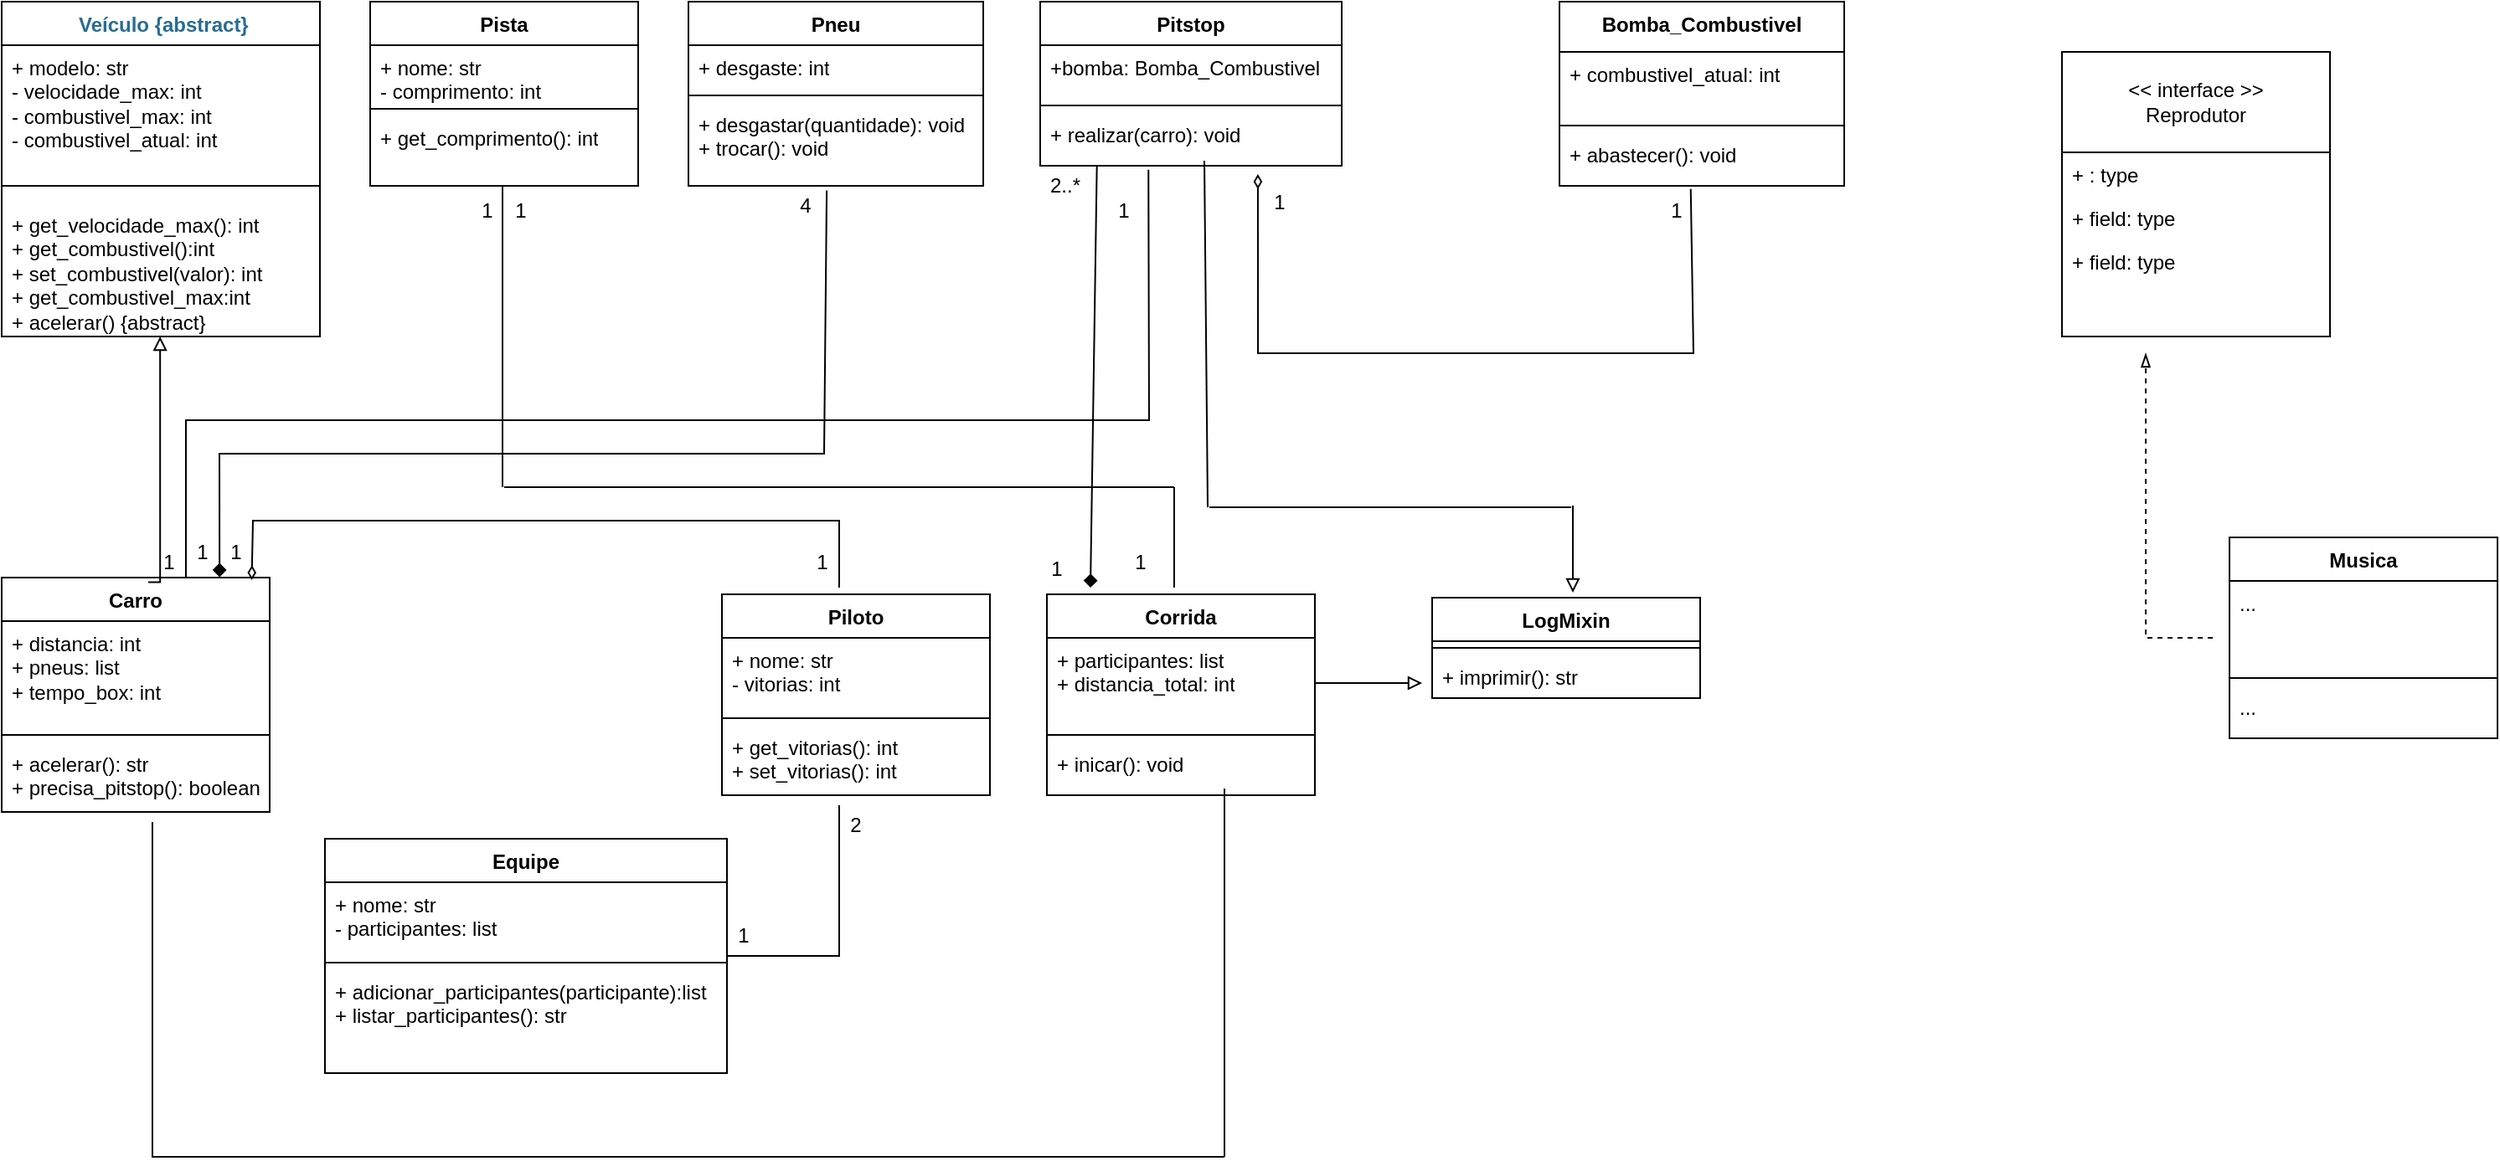
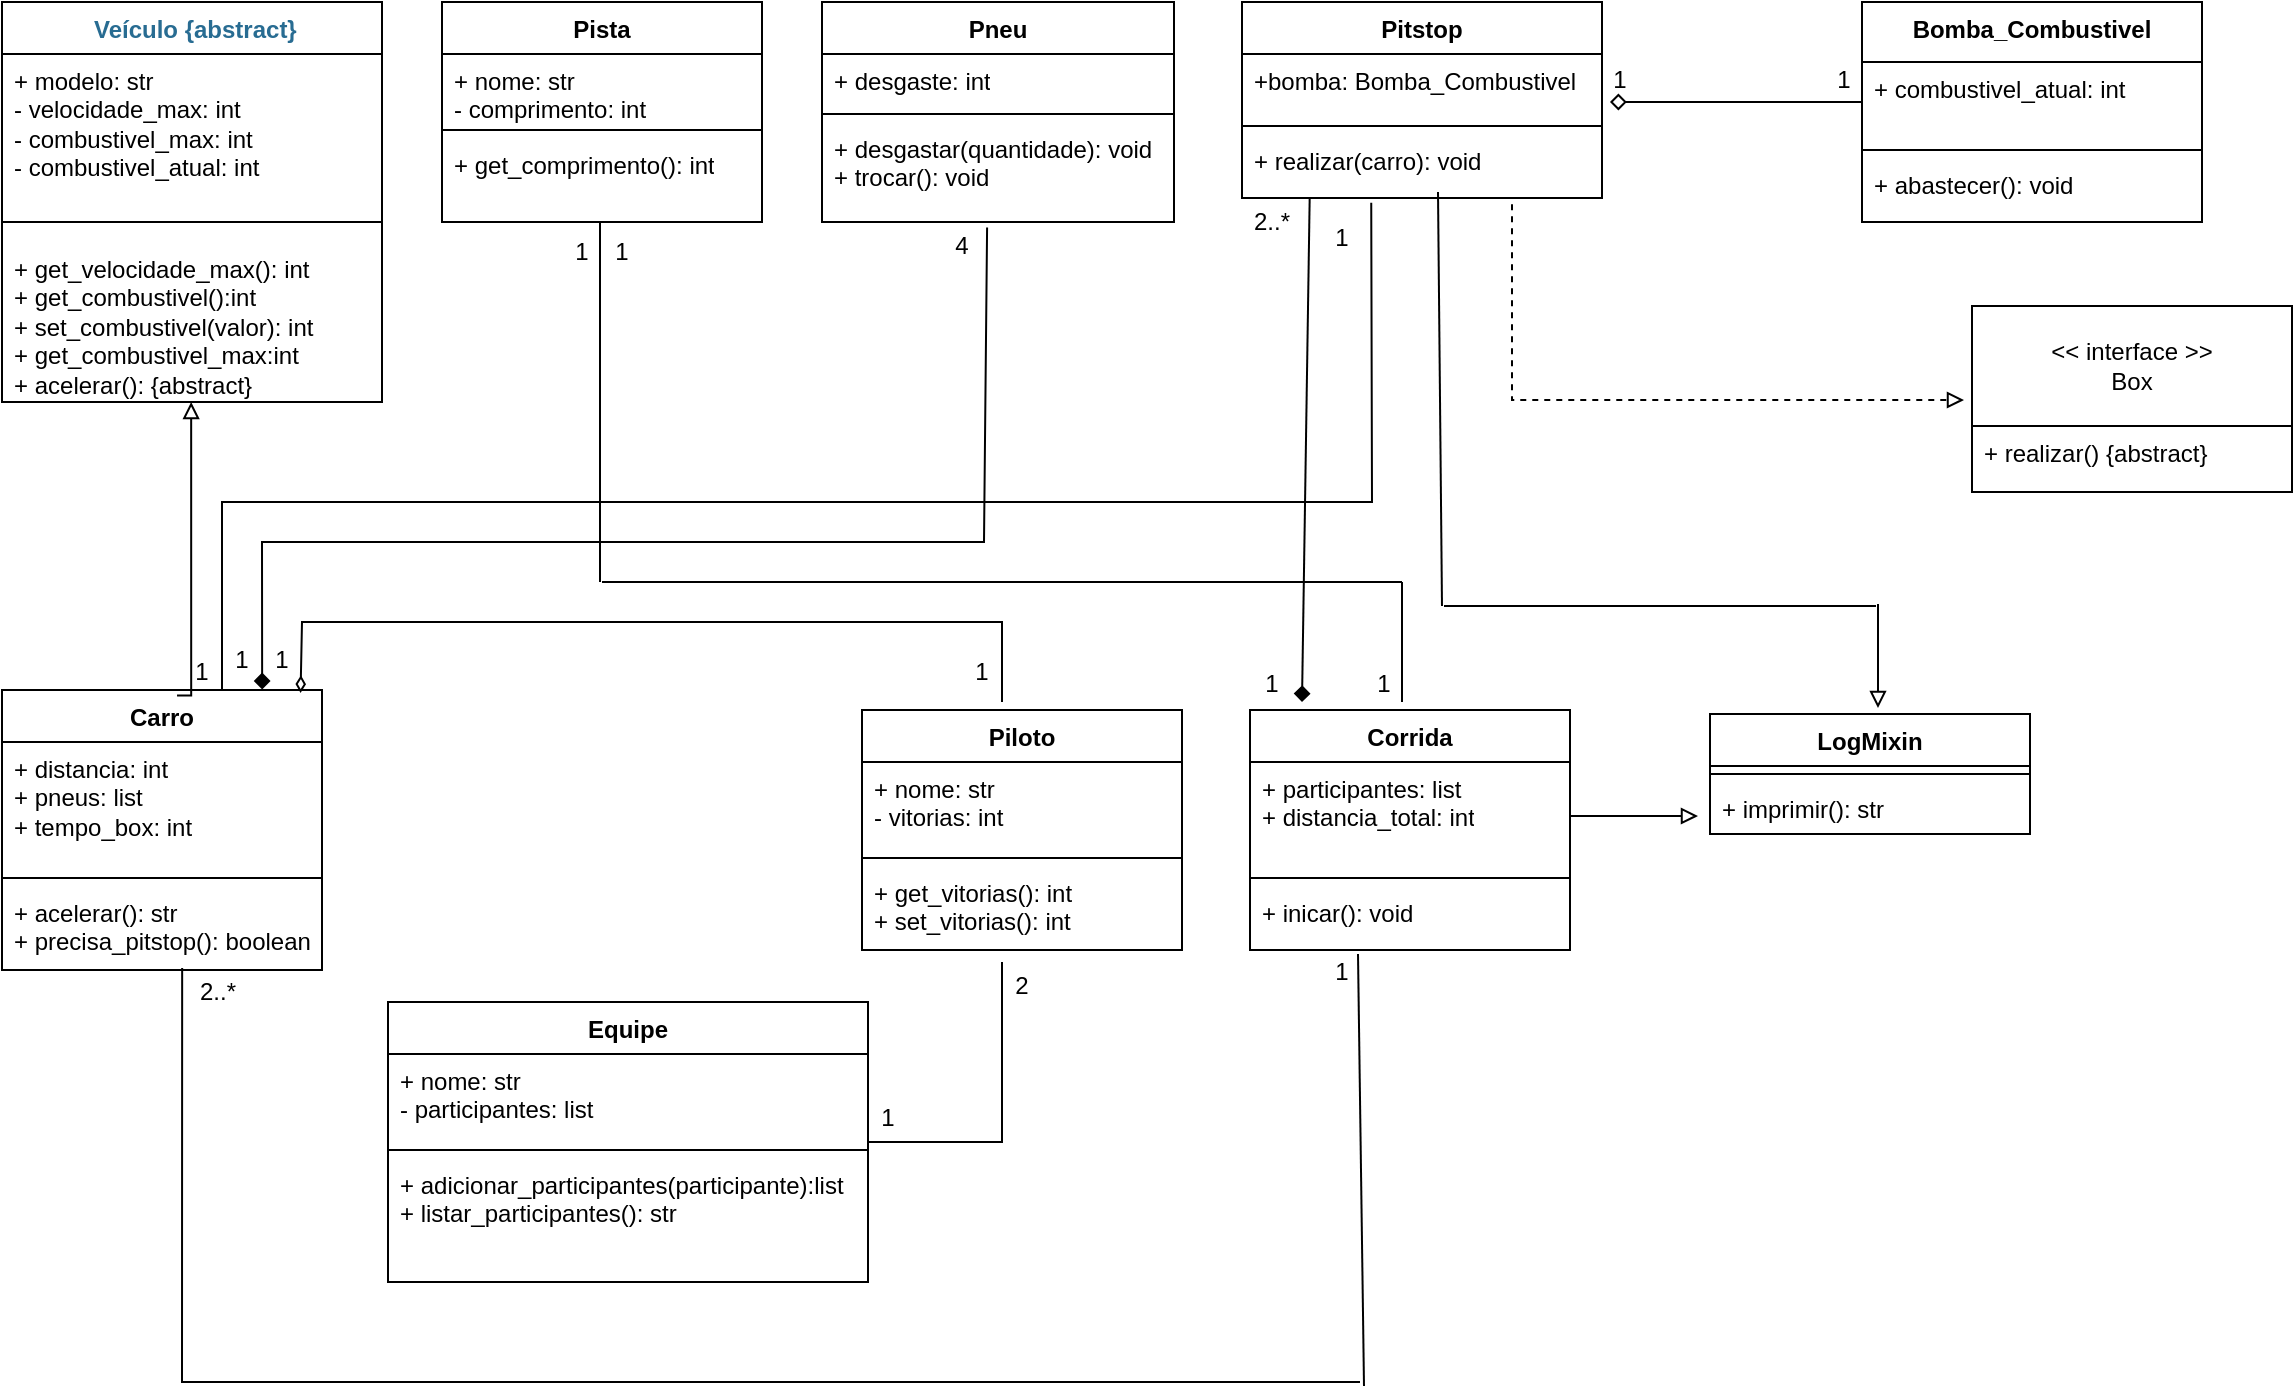
<mxfile host="app.diagrams.net">
  <diagram name="Página-1" id="KiGIct65L9v-Gg3nC7Kq">
    <mxGraphModel grid="0" page="0" gridSize="10" guides="1" tooltips="1" connect="1" arrows="1" fold="1" pageScale="1" pageWidth="827" pageHeight="1169" math="0" shadow="0">
      <root>
        <mxCell id="0" />
        <mxCell id="1" parent="0" />
        <mxCell id="5KN9-2P6mysbL34FMwqo-5" parent="1" style="swimlane;fontStyle=1;align=center;verticalAlign=top;childLayout=stackLayout;horizontal=1;startSize=26;horizontalStack=0;resizeParent=1;resizeParentMax=0;resizeLast=0;collapsible=1;marginBottom=0;whiteSpace=wrap;html=1;" value="Piloto" vertex="1">
          <mxGeometry height="120" width="160" x="220" y="364" as="geometry" />
        </mxCell>
        <mxCell id="5KN9-2P6mysbL34FMwqo-6" parent="5KN9-2P6mysbL34FMwqo-5" style="text;strokeColor=none;fillColor=none;align=left;verticalAlign=top;spacingLeft=4;spacingRight=4;overflow=hidden;rotatable=0;points=[[0,0.5],[1,0.5]];portConstraint=eastwest;whiteSpace=wrap;html=1;" value="+ nome: str&lt;div&gt;- vitorias: int&lt;/div&gt;&lt;div&gt;&lt;br&gt;&lt;/div&gt;" vertex="1">
          <mxGeometry height="44" width="160" y="26" as="geometry" />
        </mxCell>
        <mxCell id="5KN9-2P6mysbL34FMwqo-7" parent="5KN9-2P6mysbL34FMwqo-5" style="line;strokeWidth=1;fillColor=none;align=left;verticalAlign=middle;spacingTop=-1;spacingLeft=3;spacingRight=3;rotatable=0;labelPosition=right;points=[];portConstraint=eastwest;strokeColor=inherit;" value="" vertex="1">
          <mxGeometry height="8" width="160" y="70" as="geometry" />
        </mxCell>
        <mxCell id="5KN9-2P6mysbL34FMwqo-8" parent="5KN9-2P6mysbL34FMwqo-5" style="text;strokeColor=none;fillColor=none;align=left;verticalAlign=top;spacingLeft=4;spacingRight=4;overflow=hidden;rotatable=0;points=[[0,0.5],[1,0.5]];portConstraint=eastwest;whiteSpace=wrap;html=1;" value="+ get_vitorias(): int&lt;div&gt;+ set_vitorias(): int&lt;br&gt;&lt;div&gt;&lt;br&gt;&lt;/div&gt;&lt;/div&gt;" vertex="1">
          <mxGeometry height="42" width="160" y="78" as="geometry" />
        </mxCell>
        <mxCell id="5KN9-2P6mysbL34FMwqo-10" parent="1" style="swimlane;fontStyle=1;align=center;verticalAlign=top;childLayout=stackLayout;horizontal=1;startSize=26;horizontalStack=0;resizeParent=1;resizeParentMax=0;resizeLast=0;collapsible=1;marginBottom=0;whiteSpace=wrap;html=1;" value="Carro" vertex="1">
          <mxGeometry height="140" width="160" x="-210" y="354" as="geometry" />
        </mxCell>
        <mxCell id="5KN9-2P6mysbL34FMwqo-11" parent="5KN9-2P6mysbL34FMwqo-10" style="text;strokeColor=none;fillColor=none;align=left;verticalAlign=top;spacingLeft=4;spacingRight=4;overflow=hidden;rotatable=0;points=[[0,0.5],[1,0.5]];portConstraint=eastwest;whiteSpace=wrap;html=1;" value="&lt;span style=&quot;background-color: transparent; color: light-dark(rgb(0, 0, 0), rgb(255, 255, 255));&quot;&gt;+ distancia: int&lt;/span&gt;&lt;div&gt;+ pneus: list&lt;/div&gt;&lt;div&gt;+ tempo_box: int&lt;/div&gt;&lt;div&gt;&lt;br&gt;&lt;/div&gt;" vertex="1">
          <mxGeometry height="64" width="160" y="26" as="geometry" />
        </mxCell>
        <mxCell id="5KN9-2P6mysbL34FMwqo-12" parent="5KN9-2P6mysbL34FMwqo-10" style="line;strokeWidth=1;fillColor=none;align=left;verticalAlign=middle;spacingTop=-1;spacingLeft=3;spacingRight=3;rotatable=0;labelPosition=right;points=[];portConstraint=eastwest;strokeColor=inherit;" value="" vertex="1">
          <mxGeometry height="8" width="160" y="90" as="geometry" />
        </mxCell>
        <mxCell id="5KN9-2P6mysbL34FMwqo-13" parent="5KN9-2P6mysbL34FMwqo-10" style="text;strokeColor=none;fillColor=none;align=left;verticalAlign=top;spacingLeft=4;spacingRight=4;overflow=hidden;rotatable=0;points=[[0,0.5],[1,0.5]];portConstraint=eastwest;whiteSpace=wrap;html=1;" value="&lt;div&gt;+ acelerar(): str&lt;/div&gt;&lt;div&gt;+ precisa_pitstop(): boolean&lt;/div&gt;" vertex="1">
          <mxGeometry height="42" width="160" y="98" as="geometry" />
        </mxCell>
        <mxCell id="5KN9-2P6mysbL34FMwqo-14" parent="1" style="swimlane;fontStyle=1;align=center;verticalAlign=top;childLayout=stackLayout;horizontal=1;startSize=26;horizontalStack=0;resizeParent=1;resizeParentMax=0;resizeLast=0;collapsible=1;marginBottom=0;whiteSpace=wrap;html=1;" value="Corrida" vertex="1">
          <mxGeometry height="120" width="160" x="414" y="364" as="geometry" />
        </mxCell>
        <mxCell id="5KN9-2P6mysbL34FMwqo-15" parent="5KN9-2P6mysbL34FMwqo-14" style="text;strokeColor=none;fillColor=none;align=left;verticalAlign=top;spacingLeft=4;spacingRight=4;overflow=hidden;rotatable=0;points=[[0,0.5],[1,0.5]];portConstraint=eastwest;whiteSpace=wrap;html=1;" value="+ participantes: list&lt;div&gt;+ distancia_total: int&lt;/div&gt;" vertex="1">
          <mxGeometry height="54" width="160" y="26" as="geometry" />
        </mxCell>
        <mxCell id="5KN9-2P6mysbL34FMwqo-16" parent="5KN9-2P6mysbL34FMwqo-14" style="line;strokeWidth=1;fillColor=none;align=left;verticalAlign=middle;spacingTop=-1;spacingLeft=3;spacingRight=3;rotatable=0;labelPosition=right;points=[];portConstraint=eastwest;strokeColor=inherit;" value="" vertex="1">
          <mxGeometry height="8" width="160" y="80" as="geometry" />
        </mxCell>
        <mxCell id="5KN9-2P6mysbL34FMwqo-17" parent="5KN9-2P6mysbL34FMwqo-14" style="text;strokeColor=none;fillColor=none;align=left;verticalAlign=top;spacingLeft=4;spacingRight=4;overflow=hidden;rotatable=0;points=[[0,0.5],[1,0.5]];portConstraint=eastwest;whiteSpace=wrap;html=1;" value="+ inicar(): void" vertex="1">
          <mxGeometry height="32" width="160" y="88" as="geometry" />
        </mxCell>
        <mxCell id="5KN9-2P6mysbL34FMwqo-18" parent="1" style="swimlane;fontStyle=1;align=center;verticalAlign=top;childLayout=stackLayout;horizontal=1;startSize=26;horizontalStack=0;resizeParent=1;resizeParentMax=0;resizeLast=0;collapsible=1;marginBottom=0;whiteSpace=wrap;html=1;" value="Pitstop" vertex="1">
          <mxGeometry height="98" width="180" x="410" y="10" as="geometry" />
        </mxCell>
        <mxCell id="5KN9-2P6mysbL34FMwqo-19" parent="5KN9-2P6mysbL34FMwqo-18" style="text;strokeColor=none;fillColor=none;align=left;verticalAlign=top;spacingLeft=4;spacingRight=4;overflow=hidden;rotatable=0;points=[[0,0.5],[1,0.5]];portConstraint=eastwest;whiteSpace=wrap;html=1;" value="+bomba: Bomba_Combustivel&lt;div&gt;&lt;span style=&quot;background-color: transparent; color: light-dark(rgb(0, 0, 0), rgb(255, 255, 255));&quot;&gt;&lt;br&gt;&lt;/span&gt;&lt;/div&gt;&lt;div&gt;&lt;span style=&quot;background-color: transparent; color: light-dark(rgb(0, 0, 0), rgb(255, 255, 255));&quot;&gt;&lt;br&gt;&lt;/span&gt;&lt;/div&gt;&lt;div&gt;&lt;br&gt;&lt;/div&gt;" vertex="1">
          <mxGeometry height="32" width="180" y="26" as="geometry" />
        </mxCell>
        <mxCell id="5KN9-2P6mysbL34FMwqo-20" parent="5KN9-2P6mysbL34FMwqo-18" style="line;strokeWidth=1;fillColor=none;align=left;verticalAlign=middle;spacingTop=-1;spacingLeft=3;spacingRight=3;rotatable=0;labelPosition=right;points=[];portConstraint=eastwest;strokeColor=inherit;" value="" vertex="1">
          <mxGeometry height="8" width="180" y="58" as="geometry" />
        </mxCell>
        <mxCell id="5KN9-2P6mysbL34FMwqo-21" parent="5KN9-2P6mysbL34FMwqo-18" style="text;strokeColor=none;fillColor=none;align=left;verticalAlign=top;spacingLeft=4;spacingRight=4;overflow=hidden;rotatable=0;points=[[0,0.5],[1,0.5]];portConstraint=eastwest;whiteSpace=wrap;html=1;" value="&lt;div&gt;+ realizar(carro): void&lt;/div&gt;" vertex="1">
          <mxGeometry height="32" width="180" y="66" as="geometry" />
        </mxCell>
        <mxCell id="5KN9-2P6mysbL34FMwqo-26" parent="1" style="swimlane;fontStyle=1;align=center;verticalAlign=top;childLayout=stackLayout;horizontal=1;startSize=26;horizontalStack=0;resizeParent=1;resizeParentMax=0;resizeLast=0;collapsible=1;marginBottom=0;whiteSpace=wrap;html=1;" value="Pista&lt;div&gt;&lt;br&gt;&lt;/div&gt;" vertex="1">
          <mxGeometry height="110" width="160" x="10" y="10" as="geometry" />
        </mxCell>
        <mxCell id="5KN9-2P6mysbL34FMwqo-27" parent="5KN9-2P6mysbL34FMwqo-26" style="text;strokeColor=none;fillColor=none;align=left;verticalAlign=top;spacingLeft=4;spacingRight=4;overflow=hidden;rotatable=0;points=[[0,0.5],[1,0.5]];portConstraint=eastwest;whiteSpace=wrap;html=1;" value="+ nome: str&lt;div&gt;- comprimento: int&lt;/div&gt;" vertex="1">
          <mxGeometry height="34" width="160" y="26" as="geometry" />
        </mxCell>
        <mxCell id="5KN9-2P6mysbL34FMwqo-28" parent="5KN9-2P6mysbL34FMwqo-26" style="line;strokeWidth=1;fillColor=none;align=left;verticalAlign=middle;spacingTop=-1;spacingLeft=3;spacingRight=3;rotatable=0;labelPosition=right;points=[];portConstraint=eastwest;strokeColor=inherit;" value="" vertex="1">
          <mxGeometry height="8" width="160" y="60" as="geometry" />
        </mxCell>
        <mxCell id="5KN9-2P6mysbL34FMwqo-29" parent="5KN9-2P6mysbL34FMwqo-26" style="text;strokeColor=none;fillColor=none;align=left;verticalAlign=top;spacingLeft=4;spacingRight=4;overflow=hidden;rotatable=0;points=[[0,0.5],[1,0.5]];portConstraint=eastwest;whiteSpace=wrap;html=1;" value="+ get_comprimento(): int" vertex="1">
          <mxGeometry height="42" width="160" y="68" as="geometry" />
        </mxCell>
        <mxCell id="5KN9-2P6mysbL34FMwqo-30" parent="1" style="swimlane;fontStyle=1;align=center;verticalAlign=top;childLayout=stackLayout;horizontal=1;startSize=26;horizontalStack=0;resizeParent=1;resizeParentMax=0;resizeLast=0;collapsible=1;marginBottom=0;whiteSpace=wrap;html=1;" value="Pneu" vertex="1">
          <mxGeometry height="110" width="176" x="200" y="10" as="geometry" />
        </mxCell>
        <mxCell id="5KN9-2P6mysbL34FMwqo-31" parent="5KN9-2P6mysbL34FMwqo-30" style="text;strokeColor=none;fillColor=none;align=left;verticalAlign=top;spacingLeft=4;spacingRight=4;overflow=hidden;rotatable=0;points=[[0,0.5],[1,0.5]];portConstraint=eastwest;whiteSpace=wrap;html=1;" value="+ desgaste: int" vertex="1">
          <mxGeometry height="26" width="176" y="26" as="geometry" />
        </mxCell>
        <mxCell id="5KN9-2P6mysbL34FMwqo-32" parent="5KN9-2P6mysbL34FMwqo-30" style="line;strokeWidth=1;fillColor=none;align=left;verticalAlign=middle;spacingTop=-1;spacingLeft=3;spacingRight=3;rotatable=0;labelPosition=right;points=[];portConstraint=eastwest;strokeColor=inherit;" value="" vertex="1">
          <mxGeometry height="8" width="176" y="52" as="geometry" />
        </mxCell>
        <mxCell id="5KN9-2P6mysbL34FMwqo-33" parent="5KN9-2P6mysbL34FMwqo-30" style="text;strokeColor=none;fillColor=none;align=left;verticalAlign=top;spacingLeft=4;spacingRight=4;overflow=hidden;rotatable=0;points=[[0,0.5],[1,0.5]];portConstraint=eastwest;whiteSpace=wrap;html=1;" value="+ desgastar(quantidade): void&lt;div&gt;+ trocar(): void&lt;/div&gt;&lt;div&gt;&lt;div&gt;&lt;br&gt;&lt;/div&gt;&lt;/div&gt;" vertex="1">
          <mxGeometry height="50" width="176" y="60" as="geometry" />
        </mxCell>
        <mxCell id="5KN9-2P6mysbL34FMwqo-34" parent="1" style="swimlane;fontStyle=1;align=center;verticalAlign=top;childLayout=stackLayout;horizontal=1;startSize=26;horizontalStack=0;resizeParent=1;resizeParentMax=0;resizeLast=0;collapsible=1;marginBottom=0;whiteSpace=wrap;html=1;" value="Equipe" vertex="1">
          <mxGeometry height="140" width="240" x="-17" y="510" as="geometry" />
        </mxCell>
        <mxCell id="5KN9-2P6mysbL34FMwqo-35" parent="5KN9-2P6mysbL34FMwqo-34" style="text;strokeColor=none;fillColor=none;align=left;verticalAlign=top;spacingLeft=4;spacingRight=4;overflow=hidden;rotatable=0;points=[[0,0.5],[1,0.5]];portConstraint=eastwest;whiteSpace=wrap;html=1;" value="+ nome: str&lt;div&gt;- participantes: list&lt;/div&gt;" vertex="1">
          <mxGeometry height="44" width="240" y="26" as="geometry" />
        </mxCell>
        <mxCell id="5KN9-2P6mysbL34FMwqo-36" parent="5KN9-2P6mysbL34FMwqo-34" style="line;strokeWidth=1;fillColor=none;align=left;verticalAlign=middle;spacingTop=-1;spacingLeft=3;spacingRight=3;rotatable=0;labelPosition=right;points=[];portConstraint=eastwest;strokeColor=inherit;" value="" vertex="1">
          <mxGeometry height="8" width="240" y="70" as="geometry" />
        </mxCell>
        <mxCell id="5KN9-2P6mysbL34FMwqo-37" parent="5KN9-2P6mysbL34FMwqo-34" style="text;strokeColor=none;fillColor=none;align=left;verticalAlign=top;spacingLeft=4;spacingRight=4;overflow=hidden;rotatable=0;points=[[0,0.5],[1,0.5]];portConstraint=eastwest;whiteSpace=wrap;html=1;" value="+ adicionar_participantes(participante&lt;span style=&quot;background-color: transparent; color: light-dark(rgb(0, 0, 0), rgb(255, 255, 255));&quot;&gt;):list&lt;/span&gt;&lt;br&gt;&lt;div&gt;+ listar_participantes(): str&lt;/div&gt;" vertex="1">
          <mxGeometry height="62" width="240" y="78" as="geometry" />
        </mxCell>
        <mxCell id="xOECJZ39AYCp_zij2PBz-16" parent="1" style="swimlane;fontStyle=1;align=center;verticalAlign=top;childLayout=stackLayout;horizontal=1;startSize=30;horizontalStack=0;resizeParent=1;resizeParentMax=0;resizeLast=0;collapsible=1;marginBottom=0;whiteSpace=wrap;html=1;" value="&lt;div&gt;Bomba_Combustivel&lt;/div&gt;" vertex="1">
          <mxGeometry height="110" width="170" x="720" y="10" as="geometry" />
        </mxCell>
        <mxCell id="xOECJZ39AYCp_zij2PBz-17" parent="xOECJZ39AYCp_zij2PBz-16" style="text;strokeColor=none;fillColor=none;align=left;verticalAlign=top;spacingLeft=4;spacingRight=4;overflow=hidden;rotatable=0;points=[[0,0.5],[1,0.5]];portConstraint=eastwest;whiteSpace=wrap;html=1;" value="+ combustivel_atual: int" vertex="1">
          <mxGeometry height="40" width="170" y="30" as="geometry" />
        </mxCell>
        <mxCell id="xOECJZ39AYCp_zij2PBz-18" parent="xOECJZ39AYCp_zij2PBz-16" style="line;strokeWidth=1;fillColor=none;align=left;verticalAlign=middle;spacingTop=-1;spacingLeft=3;spacingRight=3;rotatable=0;labelPosition=right;points=[];portConstraint=eastwest;strokeColor=inherit;" value="" vertex="1">
          <mxGeometry height="8" width="170" y="70" as="geometry" />
        </mxCell>
        <mxCell id="xOECJZ39AYCp_zij2PBz-19" parent="xOECJZ39AYCp_zij2PBz-16" style="text;strokeColor=none;fillColor=none;align=left;verticalAlign=top;spacingLeft=4;spacingRight=4;overflow=hidden;rotatable=0;points=[[0,0.5],[1,0.5]];portConstraint=eastwest;whiteSpace=wrap;html=1;" value="+ abastecer(): void" vertex="1">
          <mxGeometry height="32" width="170" y="78" as="geometry" />
        </mxCell>
        <mxCell id="tjxYOzkxySVhAMHs-H0H-1" edge="1" parent="1" style="endArrow=none;html=1;rounded=0;edgeStyle=orthogonalEdgeStyle;elbow=vertical;curved=0;startArrow=block;startFill=0;entryX=0.547;entryY=0.02;entryDx=0;entryDy=0;entryPerimeter=0;" target="5KN9-2P6mysbL34FMwqo-10" value="">
          <mxGeometry height="50" relative="1" width="50" as="geometry">
            <Array as="points">
              <mxPoint x="-115" y="357" />
            </Array>
            <mxPoint x="-115.42" y="210" as="sourcePoint" />
            <mxPoint x="-120" y="350" as="targetPoint" />
          </mxGeometry>
        </mxCell>
-         <mxCell id="ZawF4ZTlKtfS3m07rqFG-7" edge="1" parent="1" source="5KN9-2P6mysbL34FMwqo-21" style="endArrow=none;html=1;rounded=0;entryX=0.461;entryY=1.057;entryDx=0;entryDy=0;entryPerimeter=0;startArrow=diamondThin;startFill=0;exitX=0.722;exitY=1.156;exitDx=0;exitDy=0;exitPerimeter=0;" target="xOECJZ39AYCp_zij2PBz-19" value="">
-           <mxGeometry height="50" relative="1" width="50" as="geometry">
-             <Array as="points">
-               <mxPoint x="540" y="220" />
-               <mxPoint x="800" y="220" />
-             </Array>
-             <mxPoint x="540" y="170" as="sourcePoint" />
-             <mxPoint x="700" y="170" as="targetPoint" />
-           </mxGeometry>
-         </mxCell>
        <mxCell id="aPOjEqGY554eoZ6GSkiS-7" edge="1" parent="1" source="5KN9-2P6mysbL34FMwqo-10" style="endArrow=none;html=1;rounded=0;entryX=0.469;entryY=1.056;entryDx=0;entryDy=0;startArrow=diamond;startFill=1;exitX=0.813;exitY=-0.002;exitDx=0;exitDy=0;exitPerimeter=0;fontStyle=0;entryPerimeter=0;" target="5KN9-2P6mysbL34FMwqo-33" value="">
          <mxGeometry height="50" relative="1" width="50" as="geometry">
            <Array as="points">
              <mxPoint x="-80" y="280" />
              <mxPoint x="281" y="280" />
            </Array>
            <mxPoint x="-80" y="350" as="sourcePoint" />
            <mxPoint x="360" y="400" as="targetPoint" />
          </mxGeometry>
        </mxCell>
        <mxCell id="ZawF4ZTlKtfS3m07rqFG-9" edge="1" parent="1" style="endArrow=none;html=1;rounded=0;entryX=0.188;entryY=1;entryDx=0;entryDy=0;entryPerimeter=0;endFill=0;startArrow=diamond;startFill=1;" target="5KN9-2P6mysbL34FMwqo-21" value="">
          <mxGeometry height="50" relative="1" width="50" as="geometry">
            <mxPoint x="440" y="360" as="sourcePoint" />
            <mxPoint x="450" y="160" as="targetPoint" />
          </mxGeometry>
        </mxCell>
        <mxCell id="ZawF4ZTlKtfS3m07rqFG-10" edge="1" parent="1" style="endArrow=none;html=1;rounded=0;" value="">
          <mxGeometry height="50" relative="1" width="50" as="geometry">
            <Array as="points">
              <mxPoint x="290" y="580" />
            </Array>
            <mxPoint x="223" y="580" as="sourcePoint" />
            <mxPoint x="290" y="490" as="targetPoint" />
          </mxGeometry>
        </mxCell>
        <mxCell id="aPOjEqGY554eoZ6GSkiS-9" edge="1" parent="1" style="endArrow=diamondThin;html=1;rounded=0;startArrow=none;startFill=0;endFill=0;entryX=0.933;entryY=0.011;entryDx=0;entryDy=0;entryPerimeter=0;" target="5KN9-2P6mysbL34FMwqo-10" value="">
          <mxGeometry height="50" relative="1" width="50" as="geometry">
            <Array as="points">
              <mxPoint x="290" y="320" />
              <mxPoint x="-60" y="320" />
            </Array>
            <mxPoint x="290" y="360" as="sourcePoint" />
            <mxPoint x="-60" y="350" as="targetPoint" />
          </mxGeometry>
        </mxCell>
        <mxCell id="tjxYOzkxySVhAMHs-H0H-5" edge="1" parent="1" style="endArrow=none;html=1;rounded=0;" value="">
          <mxGeometry height="50" relative="1" width="50" as="geometry">
            <mxPoint x="89" y="300" as="sourcePoint" />
            <mxPoint x="89" y="120" as="targetPoint" />
          </mxGeometry>
        </mxCell>
        <mxCell id="tjxYOzkxySVhAMHs-H0H-8" edge="1" parent="1" style="endArrow=none;html=1;rounded=0;" value="">
          <mxGeometry height="50" relative="1" width="50" as="geometry">
            <mxPoint x="90" y="300" as="sourcePoint" />
            <mxPoint x="490" y="300" as="targetPoint" />
          </mxGeometry>
        </mxCell>
        <mxCell id="tjxYOzkxySVhAMHs-H0H-9" edge="1" parent="1" style="endArrow=none;html=1;rounded=0;" value="">
          <mxGeometry height="50" relative="1" width="50" as="geometry">
            <mxPoint x="490" y="360" as="sourcePoint" />
            <mxPoint x="490" y="300" as="targetPoint" />
          </mxGeometry>
        </mxCell>
-         <mxCell id="MroqXF4cOyHOXJ4mYSem-3" edge="1" parent="1" style="edgeStyle=none;orthogonalLoop=1;jettySize=auto;html=1;rounded=0;fontSize=12;startSize=8;endSize=8;curved=0;endArrow=none;endFill=0;" value="">
+         <mxCell id="MroqXF4cOyHOXJ4mYSem-3" edge="1" parent="1" source="5KN9-2P6mysbL34FMwqo-13" style="edgeStyle=none;orthogonalLoop=1;jettySize=auto;html=1;rounded=0;fontSize=12;startSize=8;endSize=8;curved=0;endArrow=none;endFill=0;exitX=0.563;exitY=0.976;exitDx=0;exitDy=0;exitPerimeter=0;" value="">
          <mxGeometry relative="1" width="140" as="geometry">
            <Array as="points">
              <mxPoint x="-120" y="700" />
              <mxPoint x="230" y="700" />
            </Array>
            <mxPoint x="-120" y="500" as="sourcePoint" />
-             <mxPoint x="520" y="700" as="targetPoint" />
-           </mxGeometry>
-         </mxCell>
-         <mxCell id="MroqXF4cOyHOXJ4mYSem-4" edge="1" parent="1" style="endArrow=none;html=1;rounded=0;fontSize=12;startSize=8;endSize=8;curved=0;" value="">
-           <mxGeometry height="50" relative="1" width="50" as="geometry">
-             <mxPoint x="520" y="700" as="sourcePoint" />
-             <mxPoint x="520" y="480" as="targetPoint" />
+             <mxPoint x="469" y="700" as="targetPoint" />
          </mxGeometry>
        </mxCell>
        <mxCell id="5KN9-2P6mysbL34FMwqo-1" parent="1" style="swimlane;fontStyle=1;align=center;verticalAlign=top;childLayout=stackLayout;horizontal=1;startSize=26;horizontalStack=0;resizeParent=1;resizeParentMax=0;resizeLast=0;collapsible=1;marginBottom=0;whiteSpace=wrap;html=1;" value="&lt;font color=&quot;#286c92&quot;&gt;&amp;nbsp;Veículo {abstract}&lt;/font&gt;" vertex="1">
          <mxGeometry height="200" width="190" x="-210" y="10" as="geometry">
            <mxRectangle height="30" width="90" x="60" y="40" as="alternateBounds" />
          </mxGeometry>
        </mxCell>
        <mxCell id="5KN9-2P6mysbL34FMwqo-2" parent="5KN9-2P6mysbL34FMwqo-1" style="text;strokeColor=none;fillColor=none;align=left;verticalAlign=top;spacingLeft=4;spacingRight=4;overflow=hidden;rotatable=0;points=[[0,0.5],[1,0.5]];portConstraint=eastwest;whiteSpace=wrap;html=1;" value="&lt;div&gt;+ modelo: str&lt;/div&gt;&lt;div&gt;- velocidade_max: int&lt;/div&gt;&lt;div&gt;- combustivel_max: int&lt;/div&gt;&lt;div&gt;- combustivel_atual: int&lt;/div&gt;" vertex="1">
          <mxGeometry height="74" width="190" y="26" as="geometry" />
        </mxCell>
        <mxCell id="5KN9-2P6mysbL34FMwqo-3" parent="5KN9-2P6mysbL34FMwqo-1" style="line;strokeWidth=1;fillColor=none;align=left;verticalAlign=middle;spacingTop=-1;spacingLeft=3;spacingRight=3;rotatable=0;labelPosition=right;points=[];portConstraint=eastwest;strokeColor=inherit;" value="" vertex="1">
          <mxGeometry height="20" width="190" y="100" as="geometry" />
        </mxCell>
-         <mxCell id="5KN9-2P6mysbL34FMwqo-4" parent="5KN9-2P6mysbL34FMwqo-1" style="text;strokeColor=none;fillColor=none;align=left;verticalAlign=top;spacingLeft=4;spacingRight=4;overflow=hidden;rotatable=0;points=[[0,0.5],[1,0.5]];portConstraint=eastwest;whiteSpace=wrap;html=1;" value="+ get_velocidade_max(): int&lt;div&gt;+ get_combustivel():int&lt;/div&gt;&lt;div&gt;+ set_combustivel(valor): int&lt;/div&gt;&lt;div&gt;+ get_combustivel_max:int&lt;/div&gt;&lt;div&gt;+ acelerar() {abstract}&lt;/div&gt;" vertex="1">
+         <mxCell id="5KN9-2P6mysbL34FMwqo-4" parent="5KN9-2P6mysbL34FMwqo-1" style="text;strokeColor=none;fillColor=none;align=left;verticalAlign=top;spacingLeft=4;spacingRight=4;overflow=hidden;rotatable=0;points=[[0,0.5],[1,0.5]];portConstraint=eastwest;whiteSpace=wrap;html=1;" value="+ get_velocidade_max(): int&lt;div&gt;+ get_combustivel():int&lt;/div&gt;&lt;div&gt;+ set_combustivel(valor): int&lt;/div&gt;&lt;div&gt;+ get_combustivel_max:int&lt;/div&gt;&lt;div&gt;+ acelerar(): {abstract}&lt;/div&gt;" vertex="1">
          <mxGeometry height="80" width="190" y="120" as="geometry" />
        </mxCell>
        <mxCell id="aPOjEqGY554eoZ6GSkiS-14" parent="1" style="text;html=1;whiteSpace=wrap;strokeColor=none;fillColor=none;align=center;verticalAlign=middle;rounded=0;" value="4" vertex="1">
          <mxGeometry height="30" width="60" x="240" y="117" as="geometry" />
        </mxCell>
        <mxCell id="aPOjEqGY554eoZ6GSkiS-15" parent="1" style="text;html=1;whiteSpace=wrap;strokeColor=none;fillColor=none;align=center;verticalAlign=middle;rounded=0;" value="1" vertex="1">
          <mxGeometry height="30" width="60" x="-120" y="324" as="geometry" />
        </mxCell>
        <mxCell id="aPOjEqGY554eoZ6GSkiS-16" parent="1" style="text;html=1;whiteSpace=wrap;strokeColor=none;fillColor=none;align=center;verticalAlign=middle;rounded=0;" value="1" vertex="1">
          <mxGeometry height="30" width="60" x="250" y="330" as="geometry" />
        </mxCell>
        <mxCell id="aPOjEqGY554eoZ6GSkiS-17" parent="1" style="text;html=1;whiteSpace=wrap;strokeColor=none;fillColor=none;align=center;verticalAlign=middle;rounded=0;" value="1" vertex="1">
          <mxGeometry height="30" width="60" x="-100" y="324" as="geometry" />
        </mxCell>
        <mxCell id="aPOjEqGY554eoZ6GSkiS-18" parent="1" style="text;html=1;whiteSpace=wrap;strokeColor=none;fillColor=none;align=center;verticalAlign=middle;rounded=0;" value="1" vertex="1">
          <mxGeometry height="30" width="60" x="50" y="120" as="geometry" />
        </mxCell>
        <mxCell id="aPOjEqGY554eoZ6GSkiS-19" parent="1" style="text;html=1;whiteSpace=wrap;strokeColor=none;fillColor=none;align=center;verticalAlign=middle;rounded=0;" value="1" vertex="1">
-           <mxGeometry height="30" width="60" x="440" y="330" as="geometry" />
+           <mxGeometry height="30" width="60" x="451" y="336" as="geometry" />
        </mxCell>
        <mxCell id="tjxYOzkxySVhAMHs-H0H-10" parent="1" style="text;html=1;whiteSpace=wrap;strokeColor=none;fillColor=none;align=center;verticalAlign=middle;rounded=0;" value="2..*" vertex="1">
          <mxGeometry height="30" width="60" x="395" y="105" as="geometry" />
        </mxCell>
        <mxCell id="tjxYOzkxySVhAMHs-H0H-11" parent="1" style="text;html=1;whiteSpace=wrap;strokeColor=none;fillColor=none;align=center;verticalAlign=middle;rounded=0;" value="2&lt;div&gt;&lt;br&gt;&lt;/div&gt;" vertex="1">
          <mxGeometry height="30" width="60" x="270" y="494" as="geometry" />
        </mxCell>
        <mxCell id="tjxYOzkxySVhAMHs-H0H-12" parent="1" style="text;html=1;whiteSpace=wrap;strokeColor=none;fillColor=none;align=center;verticalAlign=middle;rounded=0;" value="1" vertex="1">
          <mxGeometry height="30" width="60" x="203" y="553" as="geometry" />
        </mxCell>
        <mxCell id="tjxYOzkxySVhAMHs-H0H-15" parent="1" style="text;html=1;whiteSpace=wrap;strokeColor=none;fillColor=none;align=center;verticalAlign=middle;rounded=0;" value="1" vertex="1">
          <mxGeometry height="30" width="60" x="70" y="120" as="geometry" />
        </mxCell>
        <mxCell id="tjxYOzkxySVhAMHs-H0H-16" parent="1" style="text;html=1;whiteSpace=wrap;strokeColor=none;fillColor=none;align=center;verticalAlign=middle;rounded=0;" value="1" vertex="1">
-           <mxGeometry height="30" width="60" x="760" y="120" as="geometry" />
+           <mxGeometry height="30" width="60" x="681" y="34" as="geometry" />
        </mxCell>
        <mxCell id="tjxYOzkxySVhAMHs-H0H-17" parent="1" style="text;html=1;whiteSpace=wrap;strokeColor=none;fillColor=none;align=center;verticalAlign=middle;rounded=0;" value="1" vertex="1">
-           <mxGeometry height="30" width="60" x="523" y="115" as="geometry" />
+           <mxGeometry height="30" width="60" x="569" y="34" as="geometry" />
        </mxCell>
        <mxCell id="tjxYOzkxySVhAMHs-H0H-18" parent="1" style="text;html=1;whiteSpace=wrap;strokeColor=none;fillColor=none;align=center;verticalAlign=middle;rounded=0;" value="1" vertex="1">
-           <mxGeometry height="30" width="60" x="390" y="334" as="geometry" />
+           <mxGeometry height="30" width="60" x="395" y="336" as="geometry" />
        </mxCell>
        <mxCell id="tjxYOzkxySVhAMHs-H0H-19" edge="1" parent="1" style="endArrow=none;html=1;rounded=0;" value="">
          <mxGeometry height="50" relative="1" width="50" as="geometry">
            <mxPoint x="-100" y="260" as="sourcePoint" />
            <mxPoint x="-100" y="260" as="targetPoint" />
          </mxGeometry>
        </mxCell>
        <mxCell id="tjxYOzkxySVhAMHs-H0H-23" parent="1" style="text;html=1;whiteSpace=wrap;strokeColor=none;fillColor=none;align=center;verticalAlign=middle;rounded=0;" value="1" vertex="1">
          <mxGeometry height="30" width="60" x="-140" y="330" as="geometry" />
        </mxCell>
        <mxCell id="tjxYOzkxySVhAMHs-H0H-25" edge="1" parent="1" source="aPOjEqGY554eoZ6GSkiS-17" style="endArrow=none;html=1;rounded=0;entryX=0.359;entryY=1.073;entryDx=0;entryDy=0;exitX=0;exitY=1;exitDx=0;exitDy=0;entryPerimeter=0;" target="5KN9-2P6mysbL34FMwqo-21" value="">
          <mxGeometry height="50" relative="1" width="50" as="geometry">
            <Array as="points">
              <mxPoint x="-100" y="260" />
              <mxPoint x="475" y="260" />
            </Array>
            <mxPoint x="-100" y="280" as="sourcePoint" />
            <mxPoint x="475" y="120" as="targetPoint" />
          </mxGeometry>
        </mxCell>
        <mxCell id="tjxYOzkxySVhAMHs-H0H-24" parent="1" style="text;html=1;whiteSpace=wrap;strokeColor=none;fillColor=none;align=center;verticalAlign=middle;rounded=0;" value="1" vertex="1">
-           <mxGeometry height="30" width="60" x="430" y="120" as="geometry" />
-         </mxCell>
-         <mxCell id="jaH3RXCn-Lzet6UanJdu-1" parent="1" style="swimlane;fontStyle=1;align=center;verticalAlign=top;childLayout=stackLayout;horizontal=1;startSize=26;horizontalStack=0;resizeParent=1;resizeParentMax=0;resizeLast=0;collapsible=1;marginBottom=0;whiteSpace=wrap;html=1;" value="Musica" vertex="1">
-           <mxGeometry height="120" width="160" x="1120" y="330" as="geometry" />
-         </mxCell>
-         <mxCell id="jaH3RXCn-Lzet6UanJdu-2" parent="jaH3RXCn-Lzet6UanJdu-1" style="text;strokeColor=none;fillColor=none;align=left;verticalAlign=top;spacingLeft=4;spacingRight=4;overflow=hidden;rotatable=0;points=[[0,0.5],[1,0.5]];portConstraint=eastwest;whiteSpace=wrap;html=1;" value="..." vertex="1">
-           <mxGeometry height="54" width="160" y="26" as="geometry" />
-         </mxCell>
-         <mxCell id="jaH3RXCn-Lzet6UanJdu-3" parent="jaH3RXCn-Lzet6UanJdu-1" style="line;strokeWidth=1;fillColor=none;align=left;verticalAlign=middle;spacingTop=-1;spacingLeft=3;spacingRight=3;rotatable=0;labelPosition=right;points=[];portConstraint=eastwest;strokeColor=inherit;" value="" vertex="1">
-           <mxGeometry height="8" width="160" y="80" as="geometry" />
-         </mxCell>
-         <mxCell id="jaH3RXCn-Lzet6UanJdu-4" parent="jaH3RXCn-Lzet6UanJdu-1" style="text;strokeColor=none;fillColor=none;align=left;verticalAlign=top;spacingLeft=4;spacingRight=4;overflow=hidden;rotatable=0;points=[[0,0.5],[1,0.5]];portConstraint=eastwest;whiteSpace=wrap;html=1;" value="..." vertex="1">
-           <mxGeometry height="32" width="160" y="88" as="geometry" />
-         </mxCell>
-         <mxCell id="jaH3RXCn-Lzet6UanJdu-5" parent="1" style="swimlane;fontStyle=0;childLayout=stackLayout;horizontal=1;startSize=60;fillColor=none;horizontalStack=0;resizeParent=1;resizeParentMax=0;resizeLast=0;collapsible=1;marginBottom=0;whiteSpace=wrap;html=1;" value="&amp;lt;&amp;lt; interface &amp;gt;&amp;gt;&lt;div&gt;Reprodutor&lt;/div&gt;" vertex="1">
-           <mxGeometry height="170" width="160" x="1020" y="40" as="geometry" />
-         </mxCell>
-         <mxCell id="jaH3RXCn-Lzet6UanJdu-6" parent="jaH3RXCn-Lzet6UanJdu-5" style="text;strokeColor=none;fillColor=none;align=left;verticalAlign=top;spacingLeft=4;spacingRight=4;overflow=hidden;rotatable=0;points=[[0,0.5],[1,0.5]];portConstraint=eastwest;whiteSpace=wrap;html=1;" value="+ : type" vertex="1">
-           <mxGeometry height="26" width="160" y="60" as="geometry" />
-         </mxCell>
-         <mxCell id="jaH3RXCn-Lzet6UanJdu-7" parent="jaH3RXCn-Lzet6UanJdu-5" style="text;strokeColor=none;fillColor=none;align=left;verticalAlign=top;spacingLeft=4;spacingRight=4;overflow=hidden;rotatable=0;points=[[0,0.5],[1,0.5]];portConstraint=eastwest;whiteSpace=wrap;html=1;" value="+ field: type" vertex="1">
-           <mxGeometry height="26" width="160" y="86" as="geometry" />
-         </mxCell>
-         <mxCell id="jaH3RXCn-Lzet6UanJdu-8" parent="jaH3RXCn-Lzet6UanJdu-5" style="text;strokeColor=none;fillColor=none;align=left;verticalAlign=top;spacingLeft=4;spacingRight=4;overflow=hidden;rotatable=0;points=[[0,0.5],[1,0.5]];portConstraint=eastwest;whiteSpace=wrap;html=1;" value="+ field: type" vertex="1">
-           <mxGeometry height="58" width="160" y="112" as="geometry" />
-         </mxCell>
-         <mxCell id="jaH3RXCn-Lzet6UanJdu-10" edge="1" parent="1" style="edgeStyle=none;orthogonalLoop=1;jettySize=auto;html=1;rounded=0;dashed=1;curved=0;endArrow=blockThin;endFill=0;" value="">
-           <mxGeometry relative="1" width="100" as="geometry">
-             <Array as="points">
-               <mxPoint x="1070" y="390" />
-             </Array>
-             <mxPoint x="1110" y="390" as="sourcePoint" />
-             <mxPoint x="1070" y="220" as="targetPoint" />
-           </mxGeometry>
+           <mxGeometry height="30" width="60" x="430" y="113" as="geometry" />
+         </mxCell>
+         <mxCell id="jaH3RXCn-Lzet6UanJdu-5" parent="1" style="swimlane;fontStyle=0;childLayout=stackLayout;horizontal=1;startSize=60;fillColor=none;horizontalStack=0;resizeParent=1;resizeParentMax=0;resizeLast=0;collapsible=1;marginBottom=0;whiteSpace=wrap;html=1;" value="&amp;lt;&amp;lt; interface &amp;gt;&amp;gt;&lt;div&gt;Box&lt;/div&gt;" vertex="1">
+           <mxGeometry height="93" width="160" x="775" y="162" as="geometry" />
+         </mxCell>
+         <mxCell id="jaH3RXCn-Lzet6UanJdu-6" parent="jaH3RXCn-Lzet6UanJdu-5" style="text;strokeColor=none;fillColor=none;align=left;verticalAlign=top;spacingLeft=4;spacingRight=4;overflow=hidden;rotatable=0;points=[[0,0.5],[1,0.5]];portConstraint=eastwest;whiteSpace=wrap;html=1;" value="+ realizar() {abstract}" vertex="1">
+           <mxGeometry height="33" width="160" y="60" as="geometry" />
        </mxCell>
        <mxCell id="2_hiIVBhxvbMIBUNMbt0-1" parent="1" style="swimlane;fontStyle=1;align=center;verticalAlign=top;childLayout=stackLayout;horizontal=1;startSize=26;horizontalStack=0;resizeParent=1;resizeParentMax=0;resizeLast=0;collapsible=1;marginBottom=0;whiteSpace=wrap;html=1;" value="LogMixin" vertex="1">
          <mxGeometry height="60" width="160" x="644" y="366" as="geometry" />
        </mxCell>
        <mxCell id="2_hiIVBhxvbMIBUNMbt0-3" parent="2_hiIVBhxvbMIBUNMbt0-1" style="line;strokeWidth=1;fillColor=none;align=left;verticalAlign=middle;spacingTop=-1;spacingLeft=3;spacingRight=3;rotatable=0;labelPosition=right;points=[];portConstraint=eastwest;strokeColor=inherit;" value="" vertex="1">
          <mxGeometry height="8" width="160" y="26" as="geometry" />
        </mxCell>
        <mxCell id="2_hiIVBhxvbMIBUNMbt0-4" parent="2_hiIVBhxvbMIBUNMbt0-1" style="text;strokeColor=none;fillColor=none;align=left;verticalAlign=top;spacingLeft=4;spacingRight=4;overflow=hidden;rotatable=0;points=[[0,0.5],[1,0.5]];portConstraint=eastwest;whiteSpace=wrap;html=1;" value="+ imprimir(): str" vertex="1">
          <mxGeometry height="26" width="160" y="34" as="geometry" />
        </mxCell>
        <mxCell id="2_hiIVBhxvbMIBUNMbt0-5" edge="1" parent="1" style="endArrow=none;html=1;rounded=0;curved=0;" value="">
          <mxGeometry height="50" relative="1" width="50" as="geometry">
            <mxPoint x="510" y="312" as="sourcePoint" />
            <mxPoint x="508" y="105" as="targetPoint" />
          </mxGeometry>
        </mxCell>
        <mxCell id="2_hiIVBhxvbMIBUNMbt0-6" edge="1" parent="1" style="endArrow=none;html=1;rounded=0;" value="">
          <mxGeometry height="50" relative="1" width="50" as="geometry">
            <mxPoint x="511" y="312" as="sourcePoint" />
            <mxPoint x="727" y="312" as="targetPoint" />
          </mxGeometry>
        </mxCell>
        <mxCell id="2_hiIVBhxvbMIBUNMbt0-7" edge="1" parent="1" style="endArrow=none;html=1;rounded=0;endFill=0;startArrow=block;startFill=0;" value="">
          <mxGeometry height="50" relative="1" width="50" as="geometry">
            <mxPoint x="728" y="363" as="sourcePoint" />
            <mxPoint x="728" y="311" as="targetPoint" />
          </mxGeometry>
        </mxCell>
        <mxCell id="2_hiIVBhxvbMIBUNMbt0-8" edge="1" parent="1" source="5KN9-2P6mysbL34FMwqo-15" style="endArrow=block;html=1;rounded=0;exitX=1;exitY=0.5;exitDx=0;exitDy=0;startArrow=none;startFill=0;endFill=0;" value="">
          <mxGeometry height="50" relative="1" width="50" as="geometry">
            <mxPoint x="573" y="402" as="sourcePoint" />
            <mxPoint x="638" y="417" as="targetPoint" />
          </mxGeometry>
+         </mxCell>
+         <mxCell id="G3plbsxGvnxo8zTIPZig-1" edge="1" parent="1" style="endArrow=none;html=1;rounded=0;startArrow=diamond;startFill=0;entryX=0;entryY=0.5;entryDx=0;entryDy=0;" target="xOECJZ39AYCp_zij2PBz-17" value="">
+           <mxGeometry height="50" relative="1" width="50" as="geometry">
+             <mxPoint x="594" y="60" as="sourcePoint" />
+             <mxPoint x="715" y="55" as="targetPoint" />
+           </mxGeometry>
+         </mxCell>
+         <mxCell id="G3plbsxGvnxo8zTIPZig-3" edge="1" parent="1" source="5KN9-2P6mysbL34FMwqo-21" style="endArrow=block;dashed=1;html=1;rounded=0;exitX=0.75;exitY=1.098;exitDx=0;exitDy=0;exitPerimeter=0;endFill=0;" value="">
+           <mxGeometry height="50" relative="1" width="50" as="geometry">
+             <Array as="points">
+               <mxPoint x="545" y="209" />
+             </Array>
+             <mxPoint x="705" y="248" as="sourcePoint" />
+             <mxPoint x="771" y="209" as="targetPoint" />
+           </mxGeometry>
+         </mxCell>
+         <mxCell id="G3plbsxGvnxo8zTIPZig-8" edge="1" parent="1" style="endArrow=none;html=1;rounded=0;endFill=0;startArrow=none;startFill=0;" value="">
+           <mxGeometry height="50" relative="1" width="50" as="geometry">
+             <mxPoint x="471" y="702" as="sourcePoint" />
+             <mxPoint x="468" y="486" as="targetPoint" />
+           </mxGeometry>
+         </mxCell>
+         <mxCell id="G3plbsxGvnxo8zTIPZig-11" parent="1" style="text;html=1;whiteSpace=wrap;strokeColor=none;fillColor=none;align=center;verticalAlign=middle;rounded=0;" value="2..*" vertex="1">
+           <mxGeometry height="30" width="60" x="-132" y="490" as="geometry" />
+         </mxCell>
+         <mxCell id="G3plbsxGvnxo8zTIPZig-12" parent="1" style="text;html=1;whiteSpace=wrap;strokeColor=none;fillColor=none;align=center;verticalAlign=middle;rounded=0;" value="1" vertex="1">
+           <mxGeometry height="30" width="60" x="430" y="480" as="geometry" />
+         </mxCell>
+         <mxCell id="G3plbsxGvnxo8zTIPZig-15" edge="1" parent="1" source="tjxYOzkxySVhAMHs-H0H-18" style="edgeStyle=orthogonalEdgeStyle;rounded=0;orthogonalLoop=1;jettySize=auto;html=1;exitX=0.5;exitY=1;exitDx=0;exitDy=0;" target="tjxYOzkxySVhAMHs-H0H-18">
+           <mxGeometry relative="1" as="geometry" />
        </mxCell>
      </root>
    </mxGraphModel>
  </diagram>
</mxfile>
